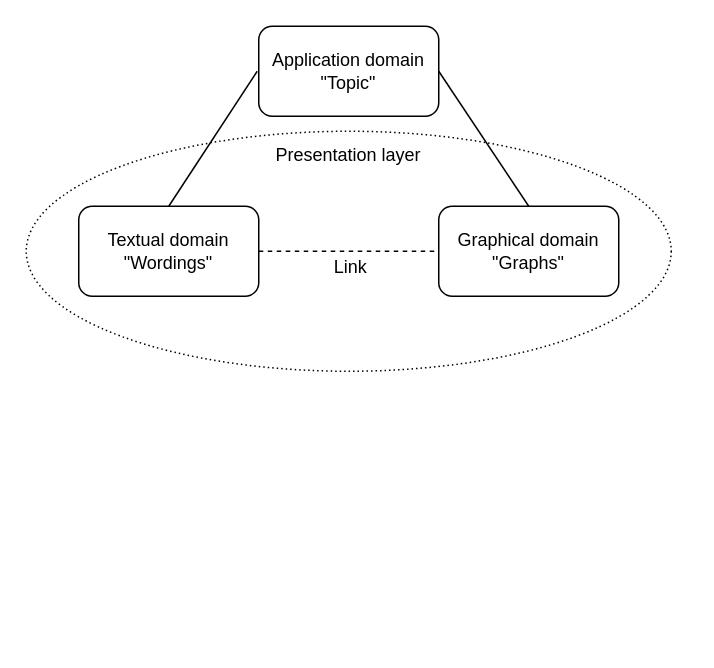
Before: basicdomain.drawio in Mikevanlenthe/Master-thesis, a draw.io diagram. Source tidied: cells renumbered, new cells numbered last; positions are measured from the earlier drawing's top-left corner, leaving out a move shared by most shapes. Both pictures are drawn from the tidied source at 150%, with x=0, y=0 at pixel (26, 26).
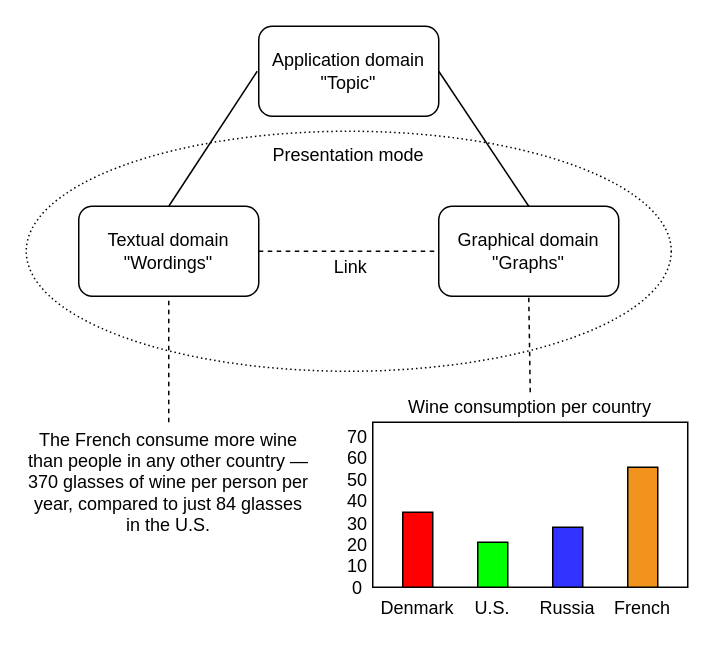
After the change.

The change refers to these unchanged cells:
```xml
<mxCell id="4" value="Graphical domain&lt;br&gt;&quot;Graphs&quot;&lt;br&gt;" style="rounded=1;whiteSpace=wrap;html=1;" parent="1" vertex="1">
  <mxGeometry x="275" y="120" width="120" height="60" as="geometry" />
</mxCell>
<mxCell id="5" value="Textual domain&lt;br&gt;&quot;Wordings&quot;&lt;br&gt;" style="rounded=1;whiteSpace=wrap;html=1;" parent="1" vertex="1">
  <mxGeometry x="35" y="120" width="120" height="60" as="geometry" />
</mxCell>
```

Diff of the diagram source:
```diff
@@
+    <mxCell id="10" style="rounded=0;whiteSpace=wrap;html=1;" parent="1" vertex="1">
+      <mxGeometry x="231" y="264" width="210" height="110" as="geometry" />
+    </mxCell>
-    <mxCell id="2" value="Presentation layer&lt;br&gt;&lt;br&gt;&lt;br&gt;&lt;br&gt;&lt;br&gt;&lt;br&gt;&lt;br&gt;&lt;br&gt;&lt;br&gt;&lt;br&gt;" style="ellipse;whiteSpace=wrap;html=1;shadow=0;dashed=1;dashPattern=1 2;" parent="1" vertex="1">
+    <mxCell id="2" value="Presentation mode&lt;br&gt;&lt;br&gt;&lt;br&gt;&lt;br&gt;&lt;br&gt;&lt;br&gt;&lt;br&gt;&lt;br&gt;&lt;br&gt;&lt;br&gt;" style="ellipse;whiteSpace=wrap;html=1;shadow=0;dashed=1;dashPattern=1 2;" parent="1" vertex="1">
       <mxGeometry y="70" width="430" height="160" as="geometry" />
     </mxCell>
@@
+    <mxCell id="11" value="Wine consumption per country" style="text;html=1;strokeColor=none;fillColor=none;align=center;verticalAlign=middle;whiteSpace=wrap;rounded=0;rotation=0;fontStyle=0;fontColor=#000000;labelBackgroundColor=none;labelBorderColor=none;" parent="1" vertex="1">
+      <mxGeometry x="252" y="244" width="168" height="20" as="geometry" />
+    </mxCell>
+    <mxCell id="12" value="French&lt;br&gt;&lt;br&gt;" style="rounded=0;whiteSpace=wrap;html=1;shadow=0;fillColor=#F2931E;strokeColor=#000000;verticalAlign=top;horizontal=1;labelPosition=center;verticalLabelPosition=bottom;align=center;" parent="1" vertex="1">
+      <mxGeometry x="401" y="294" width="20" height="80" as="geometry" />
+    </mxCell>
+    <mxCell id="13" value="U.S.&lt;br&gt;&lt;br&gt;" style="rounded=0;whiteSpace=wrap;html=1;shadow=0;fillColor=#00FF00;strokeColor=#000000;verticalAlign=top;horizontal=1;labelPosition=center;verticalLabelPosition=bottom;align=center;" parent="1" vertex="1">
+      <mxGeometry x="301" y="344" width="20" height="30" as="geometry" />
+    </mxCell>
+    <mxCell id="14" value="Denmark&lt;br&gt;" style="rounded=0;whiteSpace=wrap;html=1;shadow=0;fillColor=#FF0000;strokeColor=#000000;verticalAlign=top;horizontal=1;labelPosition=center;verticalLabelPosition=bottom;align=center;" parent="1" vertex="1">
+      <mxGeometry x="251" y="324" width="20" height="50" as="geometry" />
+    </mxCell>
+    <mxCell id="15" value="Russia&lt;br&gt;" style="rounded=0;whiteSpace=wrap;html=1;shadow=0;fillColor=#3333FF;strokeColor=#000000;verticalAlign=top;horizontal=1;labelPosition=center;verticalLabelPosition=bottom;align=center;" parent="1" vertex="1">
+      <mxGeometry x="351" y="334" width="20" height="40" as="geometry" />
+    </mxCell>
+    <mxCell id="16" value="70 60 50 40 30 20 10 0&lt;br&gt;" style="text;html=1;strokeColor=none;fillColor=none;align=center;verticalAlign=middle;whiteSpace=wrap;rounded=0;rotation=90;horizontal=0;flipV=0;flipH=0;direction=east;" parent="1" vertex="1">
+      <mxGeometry x="161" y="314" width="120" height="20" as="geometry" />
+    </mxCell>
+    <mxCell id="17" style="endArrow=none;dashed=1;html=1;fontColor=#000000;entryX=0.5;entryY=1;entryDx=0;entryDy=0;exitX=0.5;exitY=0;exitDx=0;exitDy=0;" parent="1" edge="1" source="11" target="4">
+      <mxGeometry relative="1" as="geometry" />
+    </mxCell>
+    <mxCell id="18" value="The French consume more wine than people in any other country — 370 glasses of wine per person per year, compared to just 84 glasses in the U.S." style="text;html=1;strokeColor=none;fillColor=none;align=center;verticalAlign=middle;whiteSpace=wrap;rounded=0;shadow=0;labelBackgroundColor=none;fontColor=#000000;" parent="1" vertex="1">
+      <mxGeometry y="264" width="190" height="79" as="geometry" />
+    </mxCell>
+    <mxCell id="19" style="endArrow=none;dashed=1;html=1;fontColor=#000000;entryX=0.5;entryY=1;entryDx=0;entryDy=0;exitX=0.5;exitY=0;exitDx=0;exitDy=0;" parent="1" edge="1" source="18" target="5">
+      <mxGeometry relative="1" as="geometry" />
+    </mxCell>
```
